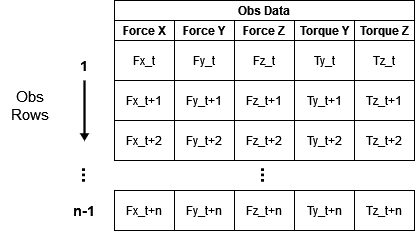
Before: obs_matrix.drawio.png, a diagram exported from draw.io (TONiiV/flowcharts). Source tidied: cells renumbered, new cells last; positions are measured from the earlier drawing's top-left corner, leaving out a move shared by most shapes.
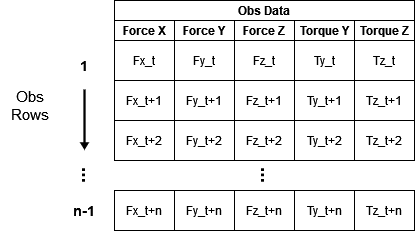
Later version of the same file.

Diff of the diagram source:
```diff
@@ -83,9 +83,10 @@
     <mxCell id="28" value="Tz_t+n" style="rounded=0;whiteSpace=wrap;html=1;" parent="1" vertex="1">
       <mxGeometry x="354" y="190" width="60" height="40" as="geometry" />
     </mxCell>
-    <mxCell id="29" style="shape=flexArrow;endArrow=classic;html=1;rounded=0;fontSize=14;fillColor=#000000;width=1.2;endSize=1.732;endWidth=5.5200000000000005;exitX=0.5;exitY=1;exitDx=0;exitDy=0;" parent="1" edge="1" source="30">
+    <mxCell id="29" style="shape=flexArrow;endArrow=classic;html=1;rounded=0;fontSize=14;fillColor=#000000;width=1.2;endSize=1.732;endWidth=5.5200000000000005;exitX=0.5;exitY=1;exitDx=0;exitDy=0;" parent="1" edge="1">
       <mxGeometry relative="1" as="geometry">
-        <mxPoint x="84" y="140" as="targetPoint" />
+        <mxPoint x="84" y="89" as="sourcePoint" />
+        <mxPoint x="84" y="149" as="targetPoint" />
       </mxGeometry>
     </mxCell>
     <mxCell id="30" value="&lt;div align=&quot;center&quot;&gt;&lt;b&gt;1&lt;/b&gt;&lt;/div&gt;" style="text;html=1;strokeColor=none;fillColor=none;align=center;verticalAlign=middle;whiteSpace=wrap;rounded=0;fontSize=14;fontFamily=Helvetica;" parent="1" vertex="1">
```
